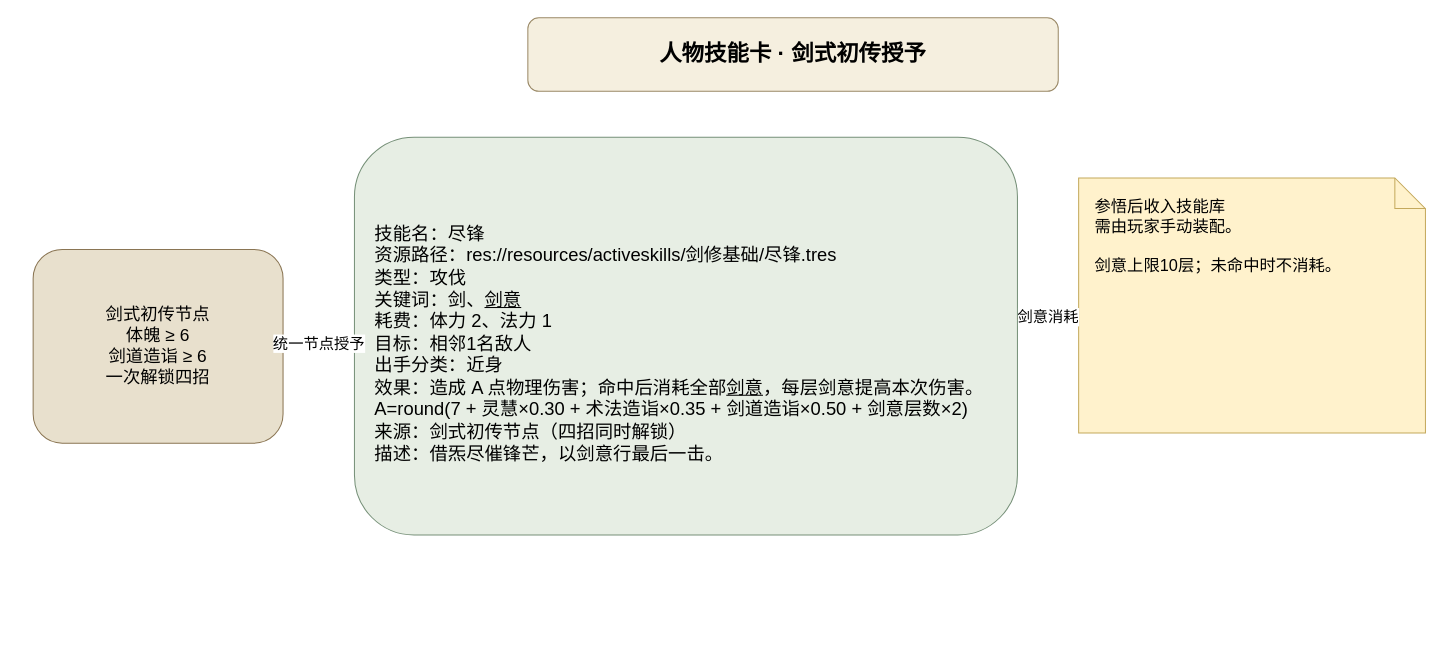
Before: page "尽锋" (1 of 2) of docs/卡牌词典/基础技能节点/尽锋.drawio in ankundanetracyc-spec/tian-guan-you-du, a draw.io diagram. Source tidied: cells renumbered, new cells numbered last; positions are measured from the earlier drawing's top-left corner, leaving out a move shared by most shapes. Both pictures are drawn from the tidied source at 102%, with x=0, y=0 at pixel (33, 17).
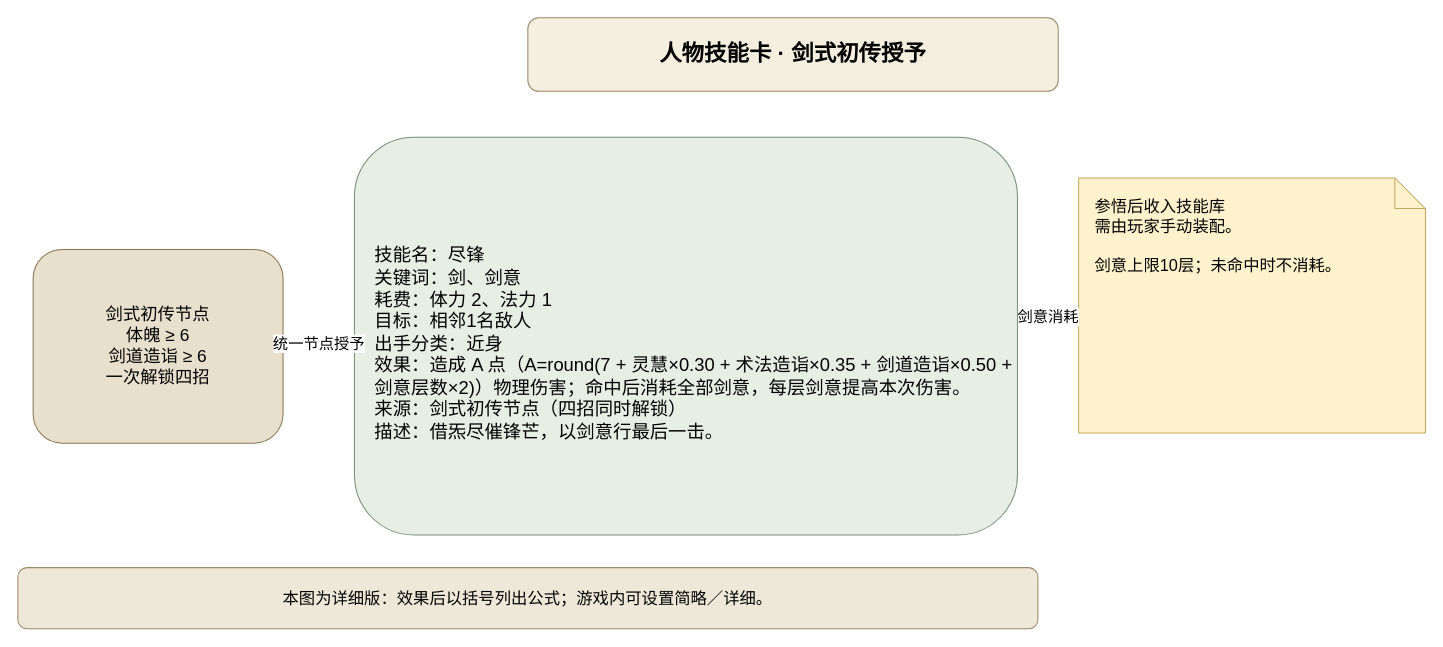
The same diagram, later.

The edit, as a diff of the source:
```diff
@@
 <mxGraphModel>
   <root>
     <mxCell id="0" />
     <mxCell id="1" parent="0" />
     <mxCell id="2" value="人物技能卡 · 剑式初传授予" style="rounded=1;whiteSpace=wrap;html=1;fillColor=#f5efdf;strokeColor=#9a8967;fontSize=22;fontStyle=1;" parent="1" vertex="1">
       <mxGeometry x="485" width="520" height="72" as="geometry" />
     </mxCell>
     <mxCell id="3" value="剑式初传节点&#10;体魄 ≥ 6&#10;剑道造诣 ≥ 6&#10;一次解锁四招" style="rounded=1;whiteSpace=wrap;html=1;fillColor=#e8e0cd;strokeColor=#8a7553;fontSize=17;" parent="1" vertex="1">
       <mxGeometry y="227" width="245" height="190" as="geometry" />
     </mxCell>
-    <mxCell id="4" value="技能名：尽锋&#10;资源路径：res://resources/activeskills/剑修基础/尽锋.tres&#10;类型：攻伐&#10;关键词：剑、&lt;u&gt;剑意&lt;/u&gt;&#10;耗费：体力 2、法力 1&#10;目标：相邻1名敌人&#10;出手分类：近身&#10;效果：造成 A 点物理伤害；命中后消耗全部&lt;u&gt;剑意&lt;/u&gt;，每层剑意提高本次伤害。A=round(7 + 灵慧×0.30 + 术法造诣×0.35 + 剑道造诣×0.50 + 剑意层数×2)&#10;来源：剑式初传节点（四招同时解锁）&#10;描述：借炁尽催锋芒，以剑意行最后一击。" style="rounded=1;whiteSpace=wrap;html=1;fillColor=#e7eee4;strokeColor=#769078;fontSize=18;align=left;spacingLeft=18;spacingTop=16;" parent="1" vertex="1">
+    <mxCell id="4" value="技能名：尽锋&#10;关键词：剑、剑意&#10;耗费：体力 2、法力 1&#10;目标：相邻1名敌人&#10;出手分类：近身&#10;效果：造成 A 点（A=round(7 + 灵慧×0.30 + 术法造诣×0.35 + 剑道造诣×0.50 + 剑意层数×2)）物理伤害；命中后消耗全部剑意，每层剑意提高本次伤害。&#10;来源：剑式初传节点（四招同时解锁）&#10;描述：借炁尽催锋芒，以剑意行最后一击。" style="rounded=1;whiteSpace=wrap;html=1;fillColor=#e7eee4;strokeColor=#769078;fontSize=18;align=left;spacingLeft=18;spacingTop=16;" parent="1" vertex="1">
       <mxGeometry x="315" y="117" width="650" height="390" as="geometry" />
     </mxCell>
     <mxCell id="5" value="参悟后收入技能库&#10;需由玩家手动装配。&#10;&#10;剑意上限10层；未命中时不消耗。" style="shape=note;whiteSpace=wrap;html=1;fillColor=#fff2cc;strokeColor=#c4a95d;fontSize=16;align=left;verticalAlign=top;spacingLeft=14;spacingTop=12;" parent="1" vertex="1">
       <mxGeometry x="1025" y="157" width="340" height="250" as="geometry" />
     </mxCell>
     <mxCell id="6" value="统一节点授予" style="endArrow=block;html=1;strokeColor=#8a7553;fontSize=15;" parent="1" edge="1" source="3" target="4">
       <mxGeometry relative="1" as="geometry" />
     </mxCell>
     <mxCell id="7" value="剑意消耗" style="endArrow=block;html=1;strokeColor=#8a7553;fontSize=15;" parent="1" edge="1" source="4" target="5">
       <mxGeometry relative="1" as="geometry" />
     </mxCell>
+    <mxCell id="8" value="本图为详细版：效果后以括号列出公式；游戏内可设置简略／详细。" style="rounded=1;whiteSpace=wrap;html=1;fillColor=#eee8d8;strokeColor=#9a8967;fontSize=16;" parent="1" vertex="1">
+      <mxGeometry x="-15" y="539" width="1000" height="60" as="geometry" />
+    </mxCell>
   </root>
 </mxGraphModel>
```
